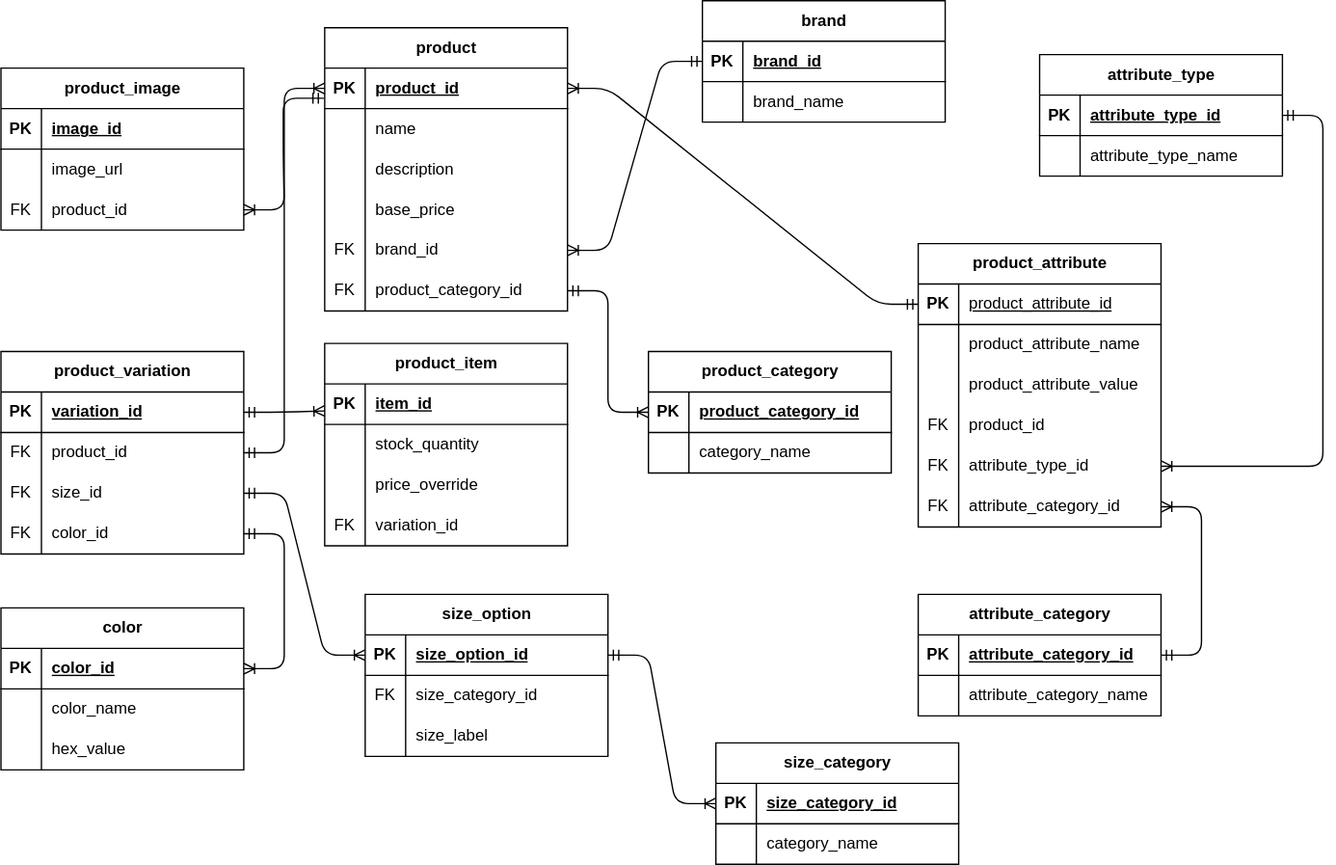
WambuiGrace/ecommerce keeps this draw.io diagram as ERD.svg. Above is the earlier version. Source tidied: cells renumbered, new cells last; positions are measured from the earlier drawing's top-left corner, leaving out a move shared by most shapes.
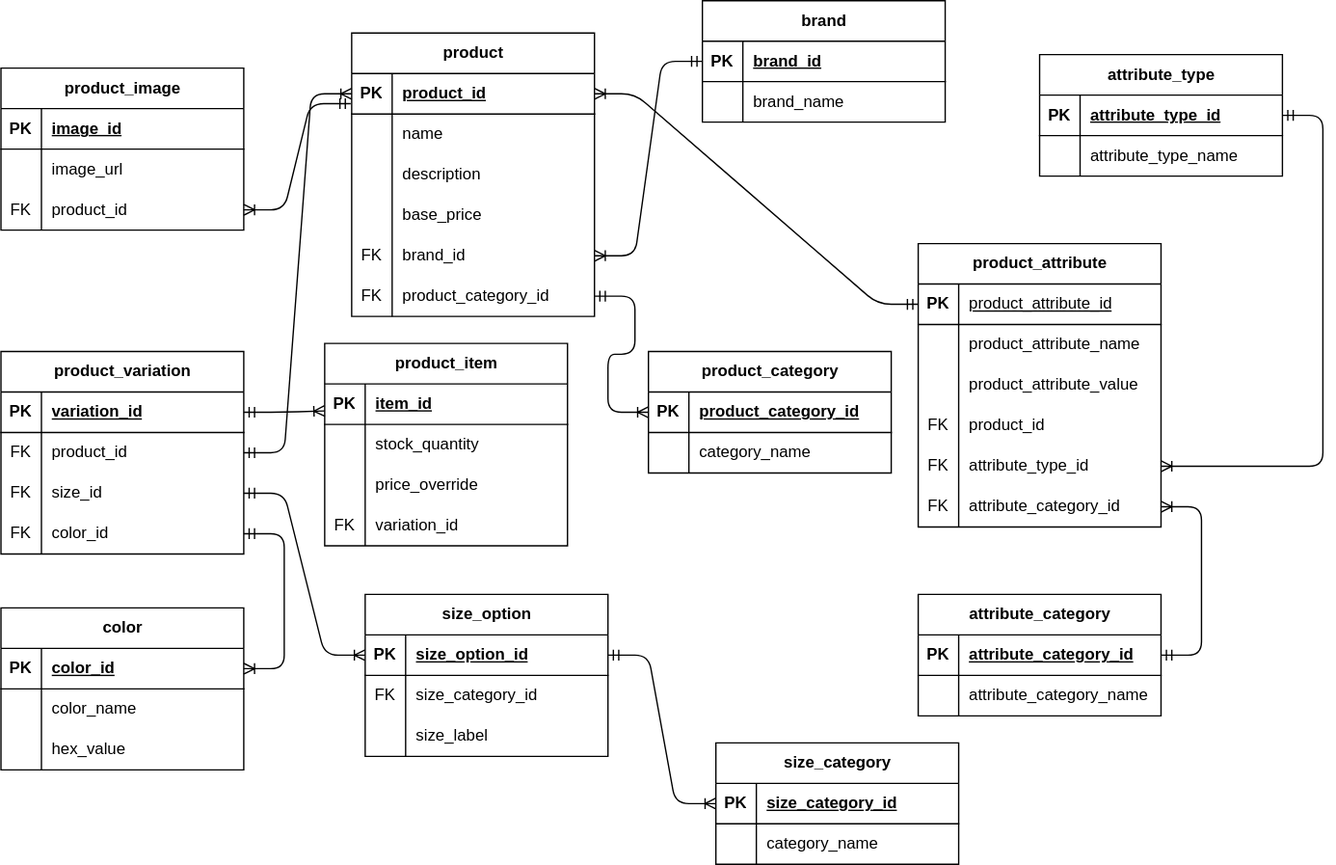
The same file after the commit.

What changed in the source:
```diff
@@ -1,4 +1,4 @@
-<mxGraphModel>
+<mxGraphModel background="#FFFFFF">
   <root>
     <mxCell id="0" />
     <mxCell id="1" parent="0" />
@@ -84,7 +84,7 @@
       <mxGeometry x="30" width="150" height="30" as="geometry" />
     </mxCell>
     <mxCell id="29" value="product" style="shape=table;startSize=30;rowLines=0;fontStyle=1;align=center;html=1;" parent="1" vertex="1">
-      <mxGeometry x="240" y="20" width="180" height="210" as="geometry" />
+      <mxGeometry x="260" y="24" width="180" height="210" as="geometry" />
     </mxCell>
     <mxCell id="30" style="shape=tableRow;horizontal=0;startSize=0;swimlaneHead=0;swimlaneBody=0;fillColor=none;points=[[0,0.5],[1,0.5]];portConstraint=eastwest;top=0;left=0;right=0;bottom=1;" parent="29" vertex="1">
       <mxGeometry y="30" width="180" height="30" as="geometry" />
```
